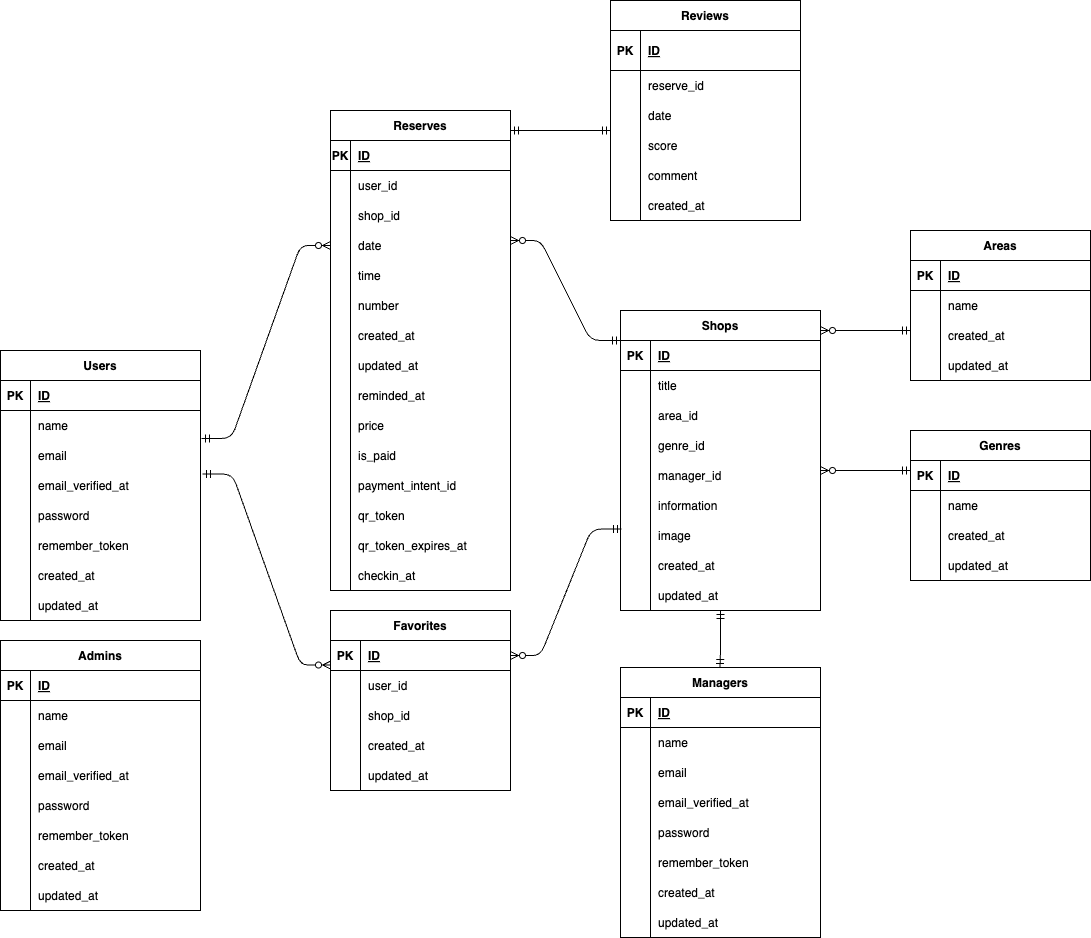
Above: test.drawio.png in asuka-lang/Rese (draw.io), before the change. Source tidied: cells renumbered, new cells last; positions are measured from the earlier drawing's top-left corner, leaving out a move shared by most shapes.
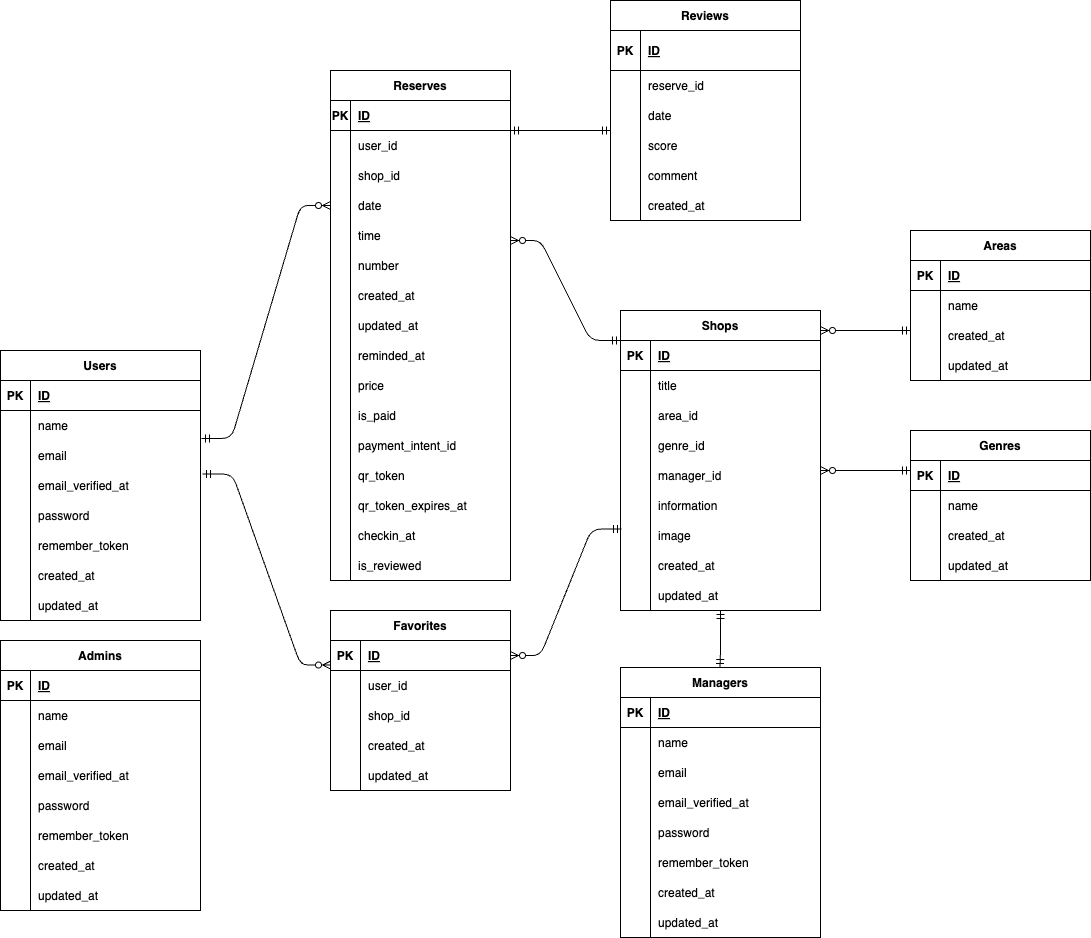
After the change.

Change to the diagram source:
```diff
@@ -162,7 +162,7 @@
       <mxGeometry x="30" width="170" height="30" as="geometry" />
     </mxCell>
     <mxCell id="55" value="Reserves" style="shape=table;startSize=30;rowLines=0;fontStyle=1;align=center;" parent="1" vertex="1">
-      <mxGeometry x="330" y="110" width="180" height="480" as="geometry" />
+      <mxGeometry x="330" y="70" width="180" height="510" as="geometry" />
     </mxCell>
     <mxCell id="56" style="shape=tableRow;horizontal=0;startSize=0;swimlaneHead=0;swimlaneBody=0;fillColor=none;top=0;left=0;right=0;bottom=1;" parent="55" vertex="1">
       <mxGeometry y="30" width="180" height="30" as="geometry" />
@@ -299,6 +299,15 @@
     <mxCell id="100" value="checkin_at" style="shape=partialRectangle;fillColor=none;top=0;left=0;bottom=0;right=0;align=left;spacingLeft=6;overflow=hidden;" parent="98" vertex="1">
       <mxGeometry x="20" width="160" height="30" as="geometry" />
     </mxCell>
+    <mxCell id="221" style="shape=tableRow;horizontal=0;startSize=0;swimlaneHead=0;swimlaneBody=0;fillColor=none;top=0;left=0;right=0;bottom=0;" parent="55" vertex="1">
+      <mxGeometry y="480" width="180" height="30" as="geometry" />
+    </mxCell>
+    <mxCell id="222" style="shape=partialRectangle;fillColor=none;top=0;left=0;bottom=0;right=0;overflow=hidden;" parent="221" vertex="1">
+      <mxGeometry width="20" height="30" as="geometry" />
+    </mxCell>
+    <mxCell id="223" value="is_reviewed" style="shape=partialRectangle;fillColor=none;top=0;left=0;bottom=0;right=0;align=left;spacingLeft=6;overflow=hidden;" parent="221" vertex="1">
+      <mxGeometry x="20" width="160" height="30" as="geometry" />
+    </mxCell>
     <mxCell id="101" value="Favorites" style="shape=table;startSize=30;rowLines=0;fontStyle=1;align=center;" parent="1" vertex="1">
       <mxGeometry x="330" y="610" width="180" height="180" as="geometry" />
     </mxCell>
```
